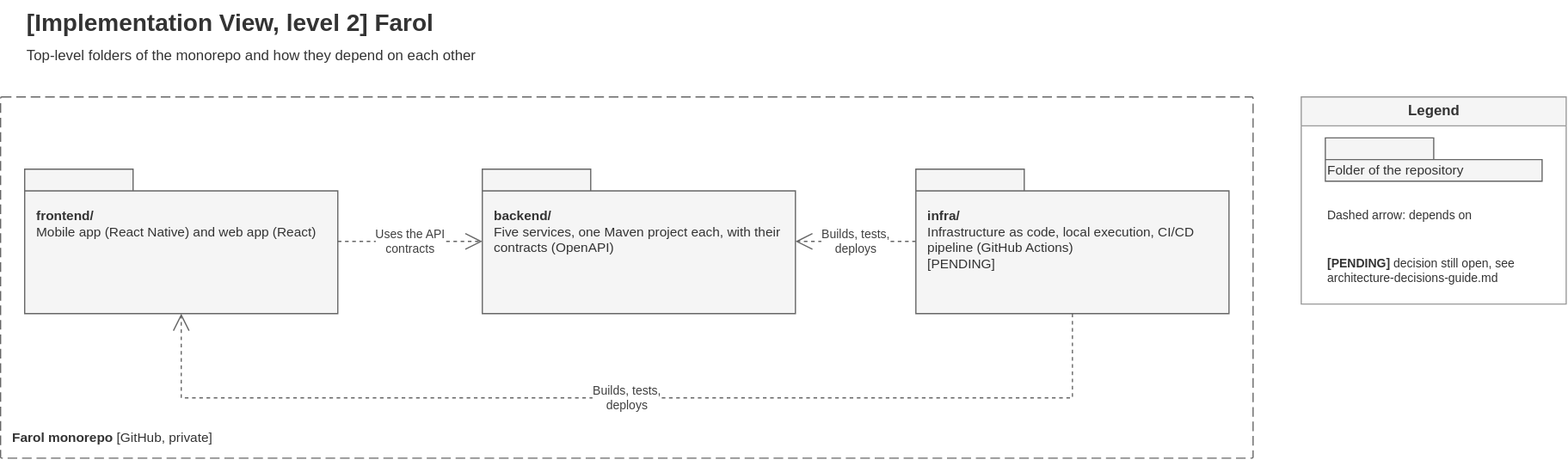
Above: Docs/Technical/diagrams/implementation-view-level-2.drawio.svg in tomasoliveira21/LABDSOF (draw.io), before the change. Source tidied: cells renumbered, new cells last; positions are measured from the earlier drawing's top-left corner, leaving out a move shared by most shapes. Source of this version:
```xml
<mxGraphModel>
  <root>
    <mxCell id="0" />
    <mxCell id="1" parent="0" />
    <mxCell id="2" value="&lt;b&gt;[Implementation View, level 2] Farol&lt;/b&gt;&lt;br&gt;&lt;font style=&quot;font-size:12px&quot;&gt;Top-level folders of the monorepo and how they depend on each other&lt;/font&gt;" style="text;html=1;align=left;verticalAlign=top;fontSize=20;fontColor=#333333;" parent="1" vertex="1">
      <mxGeometry x="20" width="1000" height="60" as="geometry" />
    </mxCell>
    <mxCell id="3" value="&lt;b&gt;Farol monorepo&lt;/b&gt; [GitHub, private]" style="rounded=1;arcSize=2;absoluteArcSize=1;whiteSpace=wrap;html=1;dashed=1;dashPattern=8 4;fillColor=none;strokeColor=#666666;fontColor=#333333;align=left;verticalAlign=bottom;spacing=10;fontSize=11;" parent="1" vertex="1">
      <mxGeometry y="80" width="1040" height="300" as="geometry" />
    </mxCell>
    <mxCell id="4" value="&lt;b&gt;frontend/&lt;/b&gt;&lt;br&gt;Mobile app (React Native) and web app (React)" style="shape=folder;tabWidth=90;tabHeight=18;tabPosition=left;whiteSpace=wrap;html=1;fillColor=#f5f5f5;strokeColor=#666666;fontColor=#333333;verticalAlign=top;align=left;spacing=10;spacingTop=18;fontSize=11;" parent="1" vertex="1">
      <mxGeometry x="20" y="140" width="260" height="120" as="geometry" />
    </mxCell>
    <mxCell id="5" value="&lt;b&gt;backend/&lt;/b&gt;&lt;br&gt;Five services, one Maven project each, with their contracts (OpenAPI)" style="shape=folder;tabWidth=90;tabHeight=18;tabPosition=left;whiteSpace=wrap;html=1;fillColor=#f5f5f5;strokeColor=#666666;fontColor=#333333;verticalAlign=top;align=left;spacing=10;spacingTop=18;fontSize=11;" parent="1" vertex="1">
      <mxGeometry x="400" y="140" width="260" height="120" as="geometry" />
    </mxCell>
    <mxCell id="6" value="&lt;b&gt;infra/&lt;/b&gt;&lt;br&gt;Infrastructure as code, local execution, CI/CD pipeline (GitHub Actions)&lt;br&gt;[PENDING]" style="shape=folder;tabWidth=90;tabHeight=18;tabPosition=left;whiteSpace=wrap;html=1;fillColor=#f5f5f5;strokeColor=#666666;fontColor=#333333;verticalAlign=top;align=left;spacing=10;spacingTop=18;fontSize=11;" parent="1" vertex="1">
      <mxGeometry x="760" y="140" width="260" height="120" as="geometry" />
    </mxCell>
    <mxCell id="7" value="Uses the API&lt;br&gt;contracts" style="endArrow=open;dashed=1;html=1;fontSize=10;fontColor=#404040;strokeColor=#666666;endSize=12;rounded=0;labelBackgroundColor=#ffffff;" parent="1" edge="1" source="4" target="5">
      <mxGeometry relative="1" as="geometry" />
    </mxCell>
    <mxCell id="8" value="Builds, tests,&lt;br&gt;deploys" style="endArrow=open;dashed=1;html=1;fontSize=10;fontColor=#404040;strokeColor=#666666;endSize=12;rounded=0;labelBackgroundColor=#ffffff;" parent="1" edge="1" source="6" target="5">
      <mxGeometry relative="1" as="geometry" />
    </mxCell>
    <mxCell id="9" value="Builds, tests,&lt;br&gt;deploys" style="endArrow=open;dashed=1;html=1;fontSize=10;fontColor=#404040;strokeColor=#666666;endSize=12;rounded=0;labelBackgroundColor=#ffffff;edgeStyle=orthogonalEdgeStyle;exitX=0.5;exitY=1;exitDx=0;exitDy=0;entryX=0.5;entryY=1;entryDx=0;entryDy=0;" parent="1" edge="1" source="6" target="4">
      <mxGeometry relative="1" as="geometry">
        <Array as="points">
          <mxPoint x="890" y="330" />
          <mxPoint x="150" y="330" />
        </Array>
      </mxGeometry>
    </mxCell>
    <mxCell id="10" value="&lt;b&gt;Legend&lt;/b&gt;" style="swimlane;startSize=24;html=1;fontSize=12;fillColor=#f5f5f5;strokeColor=#999999;fontColor=#333333;" parent="1" vertex="1">
      <mxGeometry x="1080" y="80" width="220" height="172" as="geometry" />
    </mxCell>
    <mxCell id="11" value="Folder of the repository" style="shape=folder;tabWidth=90;tabHeight=18;tabPosition=left;whiteSpace=wrap;html=1;fillColor=#f5f5f5;strokeColor=#666666;fontColor=#333333;verticalAlign=top;align=left;spacing=10;spacingTop=18;fontSize=11;verticalAlign=middle;spacingTop=0;spacing=2;verticalAlign=bottom;spacingBottom=0;" parent="10" vertex="1">
      <mxGeometry x="20" y="34" width="180" height="36" as="geometry" />
    </mxCell>
    <mxCell id="12" value="Dashed arrow: depends on" style="text;html=1;whiteSpace=wrap;align=left;verticalAlign=top;fontColor=#333333;fontSize=10;verticalAlign=middle;spacingTop=0;spacing=2;" parent="10" vertex="1">
      <mxGeometry x="20" y="80" width="180" height="36" as="geometry" />
    </mxCell>
    <mxCell id="13" value="&lt;b&gt;[PENDING]&lt;/b&gt; decision still open, see architecture-decisions-guide.md" style="text;html=1;whiteSpace=wrap;align=left;verticalAlign=top;fontColor=#333333;fontSize=10;verticalAlign=middle;spacingTop=0;spacing=2;" parent="10" vertex="1">
      <mxGeometry x="20" y="126" width="180" height="36" as="geometry" />
    </mxCell>
  </root>
</mxGraphModel>
```
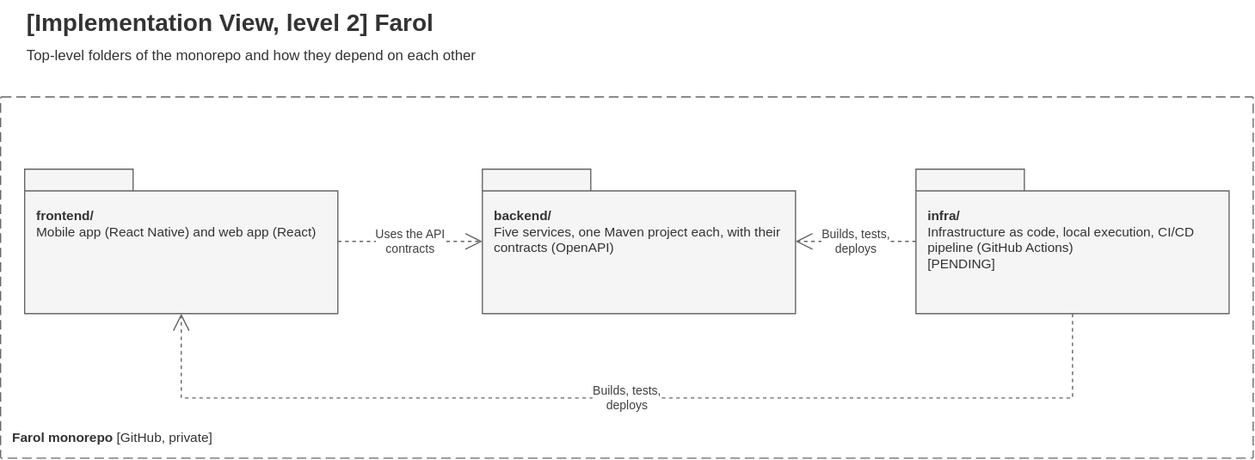
The same diagram one commit later.

Change to the diagram source:
```diff
@@ -31,17 +31,5 @@
         </Array>
       </mxGeometry>
     </mxCell>
-    <mxCell id="10" value="&lt;b&gt;Legend&lt;/b&gt;" style="swimlane;startSize=24;html=1;fontSize=12;fillColor=#f5f5f5;strokeColor=#999999;fontColor=#333333;" parent="1" vertex="1">
-      <mxGeometry x="1080" y="80" width="220" height="172" as="geometry" />
-    </mxCell>
-    <mxCell id="11" value="Folder of the repository" style="shape=folder;tabWidth=90;tabHeight=18;tabPosition=left;whiteSpace=wrap;html=1;fillColor=#f5f5f5;strokeColor=#666666;fontColor=#333333;verticalAlign=top;align=left;spacing=10;spacingTop=18;fontSize=11;verticalAlign=middle;spacingTop=0;spacing=2;verticalAlign=bottom;spacingBottom=0;" parent="10" vertex="1">
-      <mxGeometry x="20" y="34" width="180" height="36" as="geometry" />
-    </mxCell>
-    <mxCell id="12" value="Dashed arrow: depends on" style="text;html=1;whiteSpace=wrap;align=left;verticalAlign=top;fontColor=#333333;fontSize=10;verticalAlign=middle;spacingTop=0;spacing=2;" parent="10" vertex="1">
-      <mxGeometry x="20" y="80" width="180" height="36" as="geometry" />
-    </mxCell>
-    <mxCell id="13" value="&lt;b&gt;[PENDING]&lt;/b&gt; decision still open, see architecture-decisions-guide.md" style="text;html=1;whiteSpace=wrap;align=left;verticalAlign=top;fontColor=#333333;fontSize=10;verticalAlign=middle;spacingTop=0;spacing=2;" parent="10" vertex="1">
-      <mxGeometry x="20" y="126" width="180" height="36" as="geometry" />
-    </mxCell>
   </root>
 </mxGraphModel>
```
